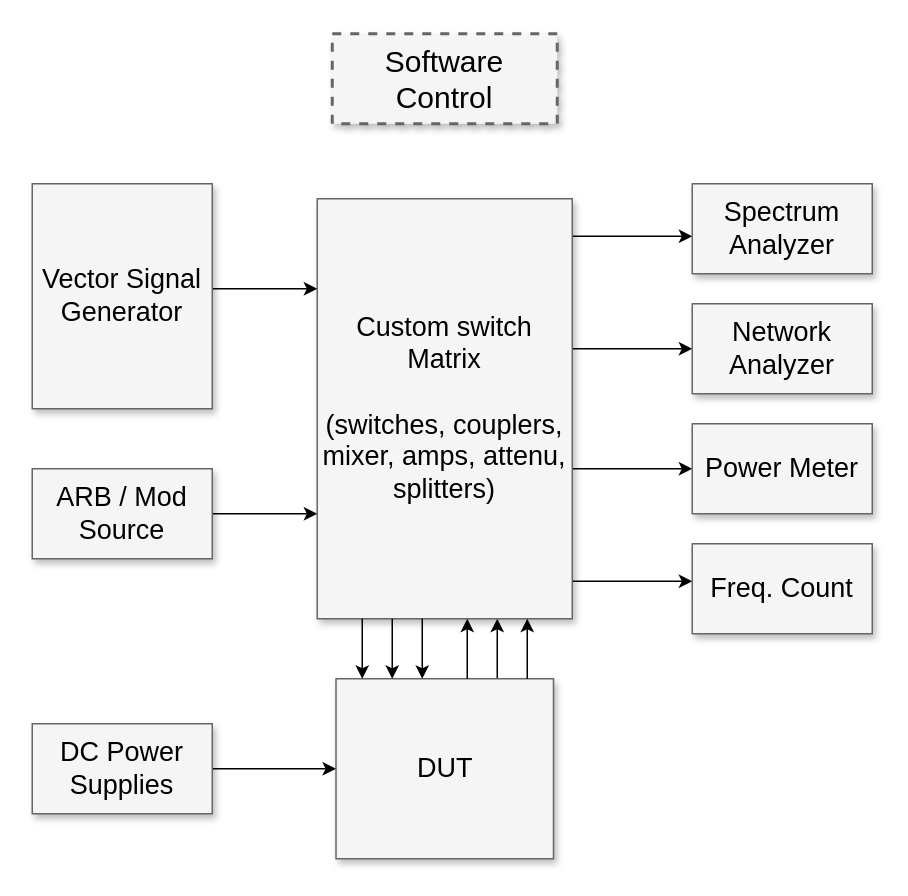
Earlier version of the draw.io diagram Diagram Tanpa Judul.drawio (rahmatulfajri10/server). Source tidied: cells renumbered, new cells numbered last; positions are measured from the earlier drawing's top-left corner, leaving out a move shared by most shapes. Both pictures are drawn from the tidied source at 150%, with x=0, y=0 at pixel (32, 33).
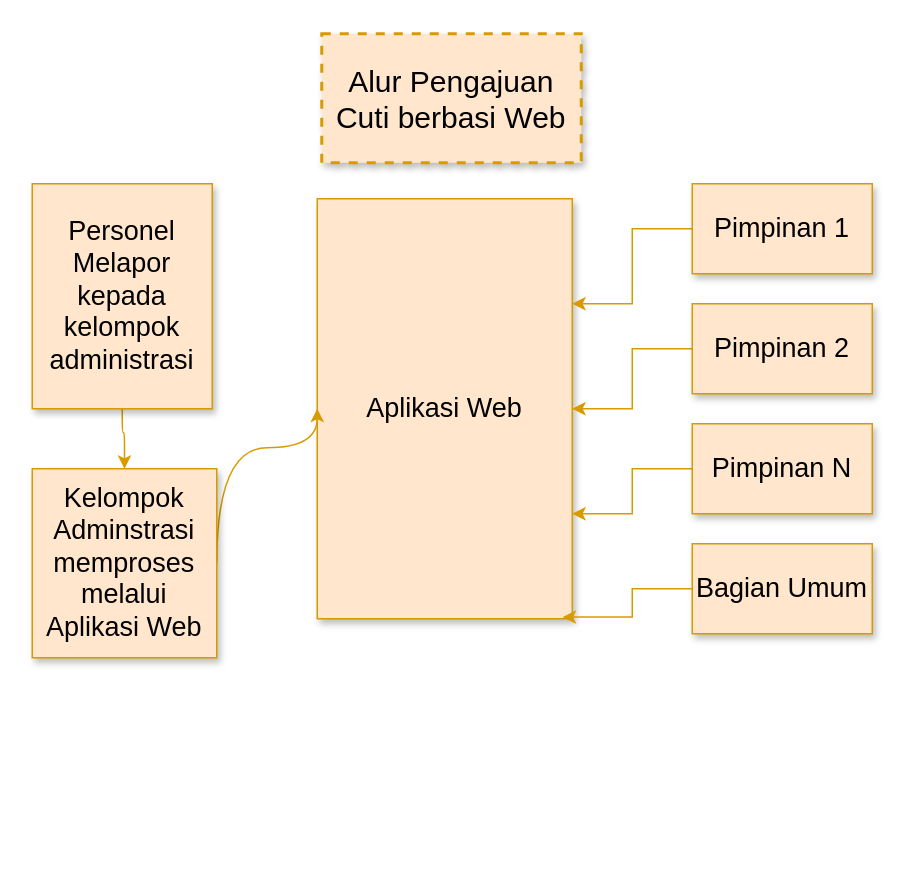
After the change.

Diff of the diagram source:
```diff
@@
-    <mxCell id="2" value="Software Control" style="whiteSpace=wrap;html=1;shadow=1;fontSize=20;fillColor=#f5f5f5;strokeColor=#666666;strokeWidth=2;dashed=1;" parent="1" vertex="1">
-      <mxGeometry x="200" width="150" height="60" as="geometry" />
+    <mxCell id="2" value="Alur Pengajuan Cuti berbasi Web" style="whiteSpace=wrap;html=1;shadow=1;fontSize=20;fillColor=#ffe6cc;strokeColor=#d79b00;strokeWidth=2;dashed=1;" parent="1" vertex="1">
+      <mxGeometry x="193" width="173" height="86" as="geometry" />
     </mxCell>
-    <mxCell id="3" style="edgeStyle=elbowEdgeStyle;rounded=0;html=1;startArrow=none;startFill=0;jettySize=auto;fontSize=18;elbow=vertical;" parent="1" edge="1" source="8" target="9">
-      <mxGeometry relative="1" as="geometry" />
-    </mxCell>
-    <mxCell id="4" style="edgeStyle=elbowEdgeStyle;rounded=0;html=1;startArrow=none;startFill=0;jettySize=auto;fontSize=18;elbow=vertical;" parent="1" edge="1" source="8" target="10">
-      <mxGeometry relative="1" as="geometry" />
-    </mxCell>
-    <mxCell id="5" style="edgeStyle=elbowEdgeStyle;rounded=0;html=1;startArrow=none;startFill=0;jettySize=auto;fontSize=18;elbow=vertical;" parent="1" edge="1" source="8" target="11">
-      <mxGeometry relative="1" as="geometry" />
-    </mxCell>
-    <mxCell id="6" style="edgeStyle=elbowEdgeStyle;rounded=0;html=1;startArrow=none;startFill=0;jettySize=auto;fontSize=18;elbow=vertical;" parent="1" edge="1" source="8" target="12">
-      <mxGeometry relative="1" as="geometry" />
-    </mxCell>
-    <mxCell id="7" style="edgeStyle=elbowEdgeStyle;rounded=0;html=1;startArrow=none;startFill=0;jettySize=auto;fontSize=18;" parent="1" edge="1" source="17" target="8">
-      <mxGeometry relative="1" as="geometry">
-        <Array as="points">
-          <mxPoint x="310" y="410" />
-        </Array>
-      </mxGeometry>
-    </mxCell>
-    <mxCell id="8" value="Custom switch Matrix&lt;div&gt;&lt;br&gt;&lt;/div&gt;&lt;div&gt;(switches, couplers, mixer, amps, attenu, splitters)&lt;/div&gt;" style="whiteSpace=wrap;html=1;shadow=1;fontSize=18;fillColor=#f5f5f5;strokeColor=#666666;" parent="1" vertex="1">
+    <mxCell id="8" value="Aplikasi Web" style="whiteSpace=wrap;html=1;shadow=1;fontSize=18;fillColor=#ffe6cc;strokeColor=#d79b00;" parent="1" vertex="1">
       <mxGeometry x="190" y="110" width="170" height="280" as="geometry" />
     </mxCell>
+    <mxCell id="25" style="edgeStyle=orthogonalEdgeStyle;rounded=0;jettySize=auto;html=1;entryX=1;entryY=0.25;entryDx=0;entryDy=0;fillColor=#ffe6cc;strokeColor=#d79b00;" parent="1" edge="1" source="9" target="8">
+      <mxGeometry relative="1" as="geometry" />
+    </mxCell>
-    <mxCell id="9" value="Spectrum Analyzer" style="whiteSpace=wrap;html=1;shadow=1;fontSize=18;fillColor=#f5f5f5;strokeColor=#666666;" parent="1" vertex="1">
+    <mxCell id="9" value="Pimpinan 1" style="whiteSpace=wrap;html=1;shadow=1;fontSize=18;fillColor=#ffe6cc;strokeColor=#d79b00;" parent="1" vertex="1">
       <mxGeometry x="440" y="100" width="120" height="60" as="geometry" />
     </mxCell>
+    <mxCell id="26" style="edgeStyle=orthogonalEdgeStyle;rounded=0;jettySize=auto;html=1;fillColor=#ffe6cc;strokeColor=#d79b00;" parent="1" edge="1" source="10" target="8">
+      <mxGeometry relative="1" as="geometry" />
+    </mxCell>
-    <mxCell id="10" value="Network Analyzer" style="whiteSpace=wrap;html=1;shadow=1;fontSize=18;fillColor=#f5f5f5;strokeColor=#666666;" parent="1" vertex="1">
+    <mxCell id="10" value="Pimpinan 2" style="whiteSpace=wrap;html=1;shadow=1;fontSize=18;fillColor=#ffe6cc;strokeColor=#d79b00;" parent="1" vertex="1">
       <mxGeometry x="440" y="180" width="120" height="60" as="geometry" />
     </mxCell>
+    <mxCell id="27" style="edgeStyle=orthogonalEdgeStyle;rounded=0;jettySize=auto;html=1;entryX=1;entryY=0.75;entryDx=0;entryDy=0;fillColor=#ffe6cc;strokeColor=#d79b00;" parent="1" edge="1" source="11" target="8">
+      <mxGeometry relative="1" as="geometry" />
+    </mxCell>
-    <mxCell id="11" value="Power Meter" style="whiteSpace=wrap;html=1;shadow=1;fontSize=18;fillColor=#f5f5f5;strokeColor=#666666;" parent="1" vertex="1">
+    <mxCell id="11" value="Pimpinan N" style="whiteSpace=wrap;html=1;shadow=1;fontSize=18;fillColor=#ffe6cc;strokeColor=#d79b00;" parent="1" vertex="1">
       <mxGeometry x="440" y="260" width="120" height="60" as="geometry" />
     </mxCell>
-    <mxCell id="12" value="Freq. Count" style="whiteSpace=wrap;html=1;shadow=1;fontSize=18;fillColor=#f5f5f5;strokeColor=#666666;" parent="1" vertex="1">
+    <mxCell id="12" value="Bagian Umum" style="whiteSpace=wrap;html=1;shadow=1;fontSize=18;fillColor=#ffe6cc;strokeColor=#d79b00;" parent="1" vertex="1">
       <mxGeometry x="440" y="340" width="120" height="60" as="geometry" />
     </mxCell>
-    <mxCell id="13" style="edgeStyle=elbowEdgeStyle;rounded=0;html=1;startArrow=none;startFill=0;jettySize=auto;fontSize=18;elbow=vertical;" parent="1" edge="1" source="14" target="8">
+    <mxCell id="13" style="edgeStyle=elbowEdgeStyle;rounded=1;html=1;startArrow=none;startFill=0;jettySize=auto;fontSize=18;elbow=vertical;exitX=0.5;exitY=1;exitDx=0;exitDy=0;entryX=0.5;entryY=0;entryDx=0;entryDy=0;fillColor=#ffe6cc;strokeColor=#d79b00;" parent="1" edge="1" source="14" target="16">
       <mxGeometry relative="1" as="geometry">
         <Array as="points">
-          <mxPoint x="160" y="170" />
+          <mxPoint x="73" y="266" />
         </Array>
       </mxGeometry>
     </mxCell>
-    <mxCell id="14" value="Vector Signal Generator" style="whiteSpace=wrap;html=1;shadow=1;fontSize=18;fillColor=#f5f5f5;strokeColor=#666666;" parent="1" vertex="1">
+    <mxCell id="14" value="Personel Melapor kepada kelompok administrasi" style="whiteSpace=wrap;html=1;shadow=1;fontSize=18;fillColor=#ffe6cc;strokeColor=#d79b00;" parent="1" vertex="1">
       <mxGeometry y="100" width="120" height="150" as="geometry" />
     </mxCell>
-    <mxCell id="15" style="edgeStyle=elbowEdgeStyle;rounded=0;html=1;startArrow=none;startFill=0;jettySize=auto;fontSize=18;elbow=vertical;" parent="1" edge="1" source="16" target="8">
-      <mxGeometry relative="1" as="geometry" />
+    <mxCell id="15" style="edgeStyle=elbowEdgeStyle;html=1;startArrow=none;startFill=0;jettySize=auto;fontSize=18;elbow=vertical;entryX=0;entryY=0.5;entryDx=0;entryDy=0;exitX=1;exitY=0.5;exitDx=0;exitDy=0;curved=1;fillColor=#ffe6cc;strokeColor=#d79b00;" parent="1" edge="1" source="16" target="8">
+      <mxGeometry relative="1" as="geometry">
+        <Array as="points">
+          <mxPoint x="153" y="276" />
+        </Array>
+      </mxGeometry>
     </mxCell>
-    <mxCell id="16" value="ARB / Mod Source" style="whiteSpace=wrap;html=1;shadow=1;fontSize=18;fillColor=#f5f5f5;strokeColor=#666666;" parent="1" vertex="1">
-      <mxGeometry y="290" width="120" height="60" as="geometry" />
+    <mxCell id="16" value="Kelompok Adminstrasi memproses melalui Aplikasi Web" style="whiteSpace=wrap;html=1;shadow=1;fontSize=18;fillColor=#ffe6cc;strokeColor=#d79b00;" parent="1" vertex="1">
+      <mxGeometry y="290" width="123" height="126" as="geometry" />
     </mxCell>
-    <mxCell id="17" value="DUT" style="whiteSpace=wrap;html=1;shadow=1;fontSize=18;fillColor=#f5f5f5;strokeColor=#666666;" parent="1" vertex="1">
-      <mxGeometry x="202.5" y="430" width="145" height="120" as="geometry" />
-    </mxCell>
-    <mxCell id="18" style="edgeStyle=elbowEdgeStyle;rounded=0;html=1;startArrow=none;startFill=0;jettySize=auto;fontSize=18;elbow=vertical;" parent="1" edge="1" source="19" target="17">
-      <mxGeometry relative="1" as="geometry" />
-    </mxCell>
-    <mxCell id="19" value="DC Power Supplies" style="whiteSpace=wrap;html=1;shadow=1;fontSize=18;fillColor=#f5f5f5;strokeColor=#666666;" parent="1" vertex="1">
-      <mxGeometry y="460" width="120" height="60" as="geometry" />
-    </mxCell>
-    <mxCell id="20" style="edgeStyle=elbowEdgeStyle;rounded=0;html=1;startArrow=none;startFill=0;jettySize=auto;fontSize=18;" parent="1" edge="1" source="17" target="8">
-      <mxGeometry relative="1" as="geometry">
-        <Array as="points">
-          <mxPoint x="330" y="410" />
-          <mxPoint x="310" y="410" />
-        </Array>
-      </mxGeometry>
-    </mxCell>
-    <mxCell id="21" style="edgeStyle=elbowEdgeStyle;rounded=0;html=1;startArrow=none;startFill=0;jettySize=auto;orthogonalLoop=1;fontSize=18;" parent="1" edge="1">
-      <mxGeometry relative="1" as="geometry">
-        <mxPoint x="290" y="430" as="sourcePoint" />
-        <mxPoint x="290" y="390" as="targetPoint" />
-        <Array as="points">
-          <mxPoint x="290" y="410" />
-          <mxPoint x="290" y="410" />
-        </Array>
-      </mxGeometry>
-    </mxCell>
-    <mxCell id="22" style="edgeStyle=elbowEdgeStyle;rounded=0;html=1;startArrow=none;startFill=0;jettySize=auto;orthogonalLoop=1;fontSize=18;" parent="1" edge="1">
-      <mxGeometry relative="1" as="geometry">
-        <mxPoint x="260" y="390" as="sourcePoint" />
-        <mxPoint x="260" y="430" as="targetPoint" />
-        <Array as="points">
-          <mxPoint x="260" y="410" />
-          <mxPoint x="290" y="420" />
-        </Array>
-      </mxGeometry>
-    </mxCell>
-    <mxCell id="23" style="edgeStyle=elbowEdgeStyle;rounded=0;html=1;startArrow=none;startFill=0;jettySize=auto;orthogonalLoop=1;fontSize=18;" parent="1" edge="1">
-      <mxGeometry relative="1" as="geometry">
-        <mxPoint x="240" y="390" as="sourcePoint" />
-        <mxPoint x="240" y="430" as="targetPoint" />
-        <Array as="points">
-          <mxPoint x="240" y="410" />
-          <mxPoint x="270" y="420" />
-        </Array>
-      </mxGeometry>
-    </mxCell>
-    <mxCell id="24" style="edgeStyle=elbowEdgeStyle;rounded=0;html=1;startArrow=none;startFill=0;jettySize=auto;orthogonalLoop=1;fontSize=18;" parent="1" edge="1">
-      <mxGeometry relative="1" as="geometry">
-        <mxPoint x="220" y="390" as="sourcePoint" />
-        <mxPoint x="220" y="430" as="targetPoint" />
-        <Array as="points">
-          <mxPoint x="220" y="410" />
-          <mxPoint x="250" y="420" />
-        </Array>
-      </mxGeometry>
-    </mxCell>
+    <mxCell id="28" style="edgeStyle=orthogonalEdgeStyle;rounded=0;jettySize=auto;html=1;entryX=0.962;entryY=0.996;entryDx=0;entryDy=0;entryPerimeter=0;fillColor=#ffe6cc;strokeColor=#d79b00;" parent="1" edge="1" source="12" target="8">
+      <mxGeometry relative="1" as="geometry" />
+    </mxCell>
```
